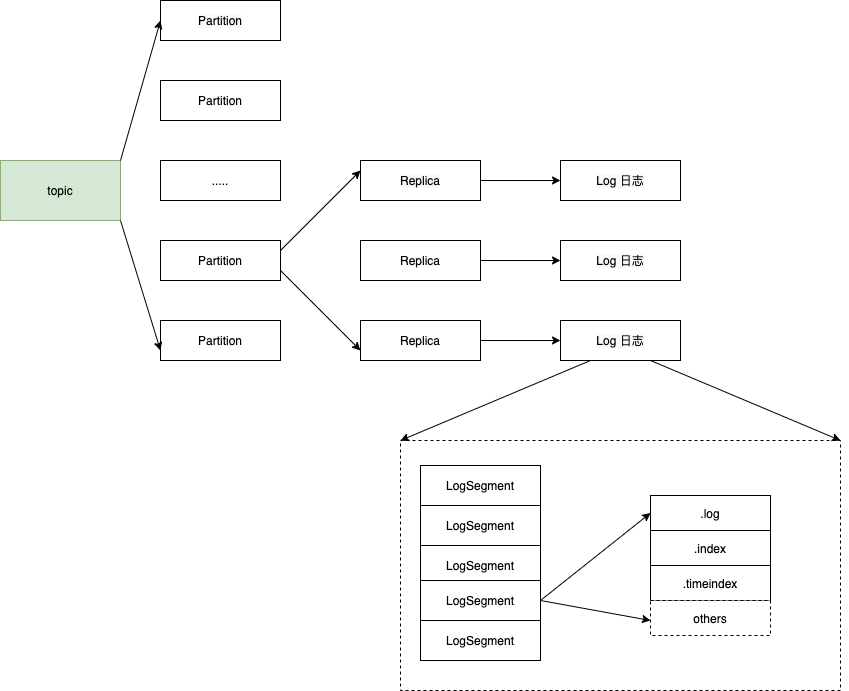
Above: kafka/log-relation.png in sivanbil/architecthure-diagram (draw.io), before the change. Source tidied: cells renumbered, new cells last; positions are measured from the earlier drawing's top-left corner, leaving out a move shared by most shapes.
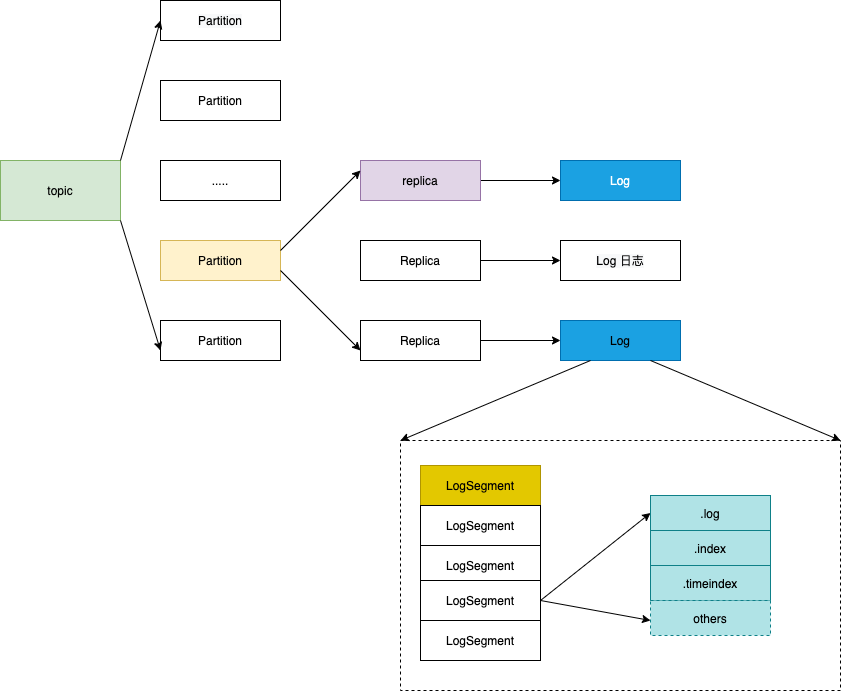
The same file after the commit.

Diff of the diagram source:
```diff
@@ -14,7 +14,7 @@
     <mxCell id="5" value="....." style="rounded=0;whiteSpace=wrap;html=1;" parent="1" vertex="1">
       <mxGeometry x="160" y="160" width="120" height="40" as="geometry" />
     </mxCell>
-    <mxCell id="6" value="Partition" style="rounded=0;whiteSpace=wrap;html=1;" parent="1" vertex="1">
+    <mxCell id="6" value="Partition" style="rounded=0;whiteSpace=wrap;html=1;fillColor=#fff2cc;strokeColor=#d6b656;" parent="1" vertex="1">
       <mxGeometry x="160" y="240" width="120" height="40" as="geometry" />
     </mxCell>
     <mxCell id="7" value="Partition" style="rounded=0;whiteSpace=wrap;html=1;" parent="1" vertex="1">
@@ -23,7 +23,7 @@
     <mxCell id="8" style="edgeStyle=orthogonalEdgeStyle;rounded=0;jettySize=auto;html=1;exitX=1;exitY=0.5;exitDx=0;exitDy=0;entryX=0;entryY=0.5;entryDx=0;entryDy=0;" parent="1" edge="1" source="9" target="14">
       <mxGeometry relative="1" as="geometry" />
     </mxCell>
-    <mxCell id="9" value="&lt;span style=&quot;color: rgb(0 , 0 , 0) ; font-family: &amp;#34;helvetica&amp;#34; ; font-size: 12px ; font-style: normal ; font-weight: 400 ; letter-spacing: normal ; text-align: center ; text-indent: 0px ; text-transform: none ; word-spacing: 0px ; background-color: rgb(248 , 249 , 250) ; display: inline ; float: none&quot;&gt;Replica&lt;/span&gt;" style="rounded=0;whiteSpace=wrap;html=1;" parent="1" vertex="1">
+    <mxCell id="9" value="replica" style="rounded=0;whiteSpace=wrap;html=1;fillColor=#e1d5e7;strokeColor=#9673a6;" parent="1" vertex="1">
       <mxGeometry x="360" y="160" width="120" height="40" as="geometry" />
     </mxCell>
     <mxCell id="10" style="edgeStyle=orthogonalEdgeStyle;rounded=0;jettySize=auto;html=1;exitX=1;exitY=0.5;exitDx=0;exitDy=0;" parent="1" edge="1" source="11" target="15">
@@ -38,19 +38,19 @@
     <mxCell id="13" value="&lt;font face=&quot;helvetica&quot;&gt;Replica&lt;/font&gt;" style="rounded=0;whiteSpace=wrap;html=1;" parent="1" vertex="1">
       <mxGeometry x="360" y="320" width="120" height="40" as="geometry" />
     </mxCell>
-    <mxCell id="14" value="&lt;span style=&quot;color: rgb(0 , 0 , 0) ; font-family: &amp;#34;helvetica&amp;#34; ; font-size: 12px ; font-style: normal ; font-weight: 400 ; letter-spacing: normal ; text-align: center ; text-indent: 0px ; text-transform: none ; word-spacing: 0px ; background-color: rgb(248 , 249 , 250) ; display: inline ; float: none&quot;&gt;Log 日志&lt;/span&gt;" style="rounded=0;whiteSpace=wrap;html=1;" parent="1" vertex="1">
+    <mxCell id="14" value="&lt;font face=&quot;helvetica&quot;&gt;Log&lt;/font&gt;" style="rounded=0;whiteSpace=wrap;html=1;fillColor=#1ba1e2;strokeColor=#006EAF;fontColor=#ffffff;" parent="1" vertex="1">
       <mxGeometry x="560" y="160" width="120" height="40" as="geometry" />
     </mxCell>
     <mxCell id="15" value="&lt;span style=&quot;color: rgb(0 , 0 , 0) ; font-family: &amp;#34;helvetica&amp;#34; ; font-size: 12px ; font-style: normal ; font-weight: 400 ; letter-spacing: normal ; text-align: center ; text-indent: 0px ; text-transform: none ; word-spacing: 0px ; background-color: rgb(248 , 249 , 250) ; display: inline ; float: none&quot;&gt;Log 日志&lt;/span&gt;" style="rounded=0;whiteSpace=wrap;html=1;" parent="1" vertex="1">
       <mxGeometry x="560" y="240" width="120" height="40" as="geometry" />
     </mxCell>
-    <mxCell id="16" value="&lt;span style=&quot;color: rgb(0 , 0 , 0) ; font-family: &amp;#34;helvetica&amp;#34; ; font-size: 12px ; font-style: normal ; font-weight: 400 ; letter-spacing: normal ; text-align: center ; text-indent: 0px ; text-transform: none ; word-spacing: 0px ; background-color: rgb(248 , 249 , 250) ; display: inline ; float: none&quot;&gt;Log 日志&lt;/span&gt;" style="rounded=0;whiteSpace=wrap;html=1;" parent="1" vertex="1">
+    <mxCell id="16" value="&lt;font color=&quot;#000000&quot; face=&quot;helvetica&quot;&gt;Log&lt;/font&gt;" style="rounded=0;whiteSpace=wrap;html=1;fillColor=#1ba1e2;strokeColor=#006EAF;fontColor=#ffffff;" parent="1" vertex="1">
       <mxGeometry x="560" y="320" width="120" height="40" as="geometry" />
     </mxCell>
     <mxCell id="17" style="rounded=0;whiteSpace=wrap;html=1;dashed=1;" parent="1" vertex="1">
       <mxGeometry x="400" y="440" width="440" height="250" as="geometry" />
     </mxCell>
-    <mxCell id="18" value="&lt;font face=&quot;helvetica&quot;&gt;LogSegment&lt;/font&gt;" style="rounded=0;whiteSpace=wrap;html=1;" parent="1" vertex="1">
+    <mxCell id="18" value="&lt;font face=&quot;helvetica&quot;&gt;LogSegment&lt;/font&gt;" style="rounded=0;whiteSpace=wrap;html=1;fillColor=#e3c800;strokeColor=#B09500;fontColor=#000000;" parent="1" vertex="1">
       <mxGeometry x="420" y="465" width="120" height="40" as="geometry" />
     </mxCell>
     <mxCell id="19" value="&lt;font face=&quot;helvetica&quot;&gt;LogSegment&lt;/font&gt;" style="rounded=0;whiteSpace=wrap;html=1;" parent="1" vertex="1">
@@ -65,16 +65,16 @@
     <mxCell id="22" value="&lt;font face=&quot;helvetica&quot;&gt;LogSegment&lt;/font&gt;" style="rounded=0;whiteSpace=wrap;html=1;" parent="1" vertex="1">
       <mxGeometry x="420" y="620" width="120" height="40" as="geometry" />
     </mxCell>
-    <mxCell id="23" value=".log" style="rounded=0;whiteSpace=wrap;html=1;" parent="1" vertex="1">
+    <mxCell id="23" value=".log" style="rounded=0;whiteSpace=wrap;html=1;fillColor=#b0e3e6;strokeColor=#0e8088;" parent="1" vertex="1">
       <mxGeometry x="650" y="495" width="120" height="35" as="geometry" />
     </mxCell>
-    <mxCell id="24" value=".index" style="rounded=0;whiteSpace=wrap;html=1;" parent="1" vertex="1">
+    <mxCell id="24" value=".index" style="rounded=0;whiteSpace=wrap;html=1;fillColor=#b0e3e6;strokeColor=#0e8088;" parent="1" vertex="1">
       <mxGeometry x="650" y="530" width="120" height="35" as="geometry" />
     </mxCell>
-    <mxCell id="25" value=".timeindex" style="rounded=0;whiteSpace=wrap;html=1;" parent="1" vertex="1">
+    <mxCell id="25" value=".timeindex" style="rounded=0;whiteSpace=wrap;html=1;fillColor=#b0e3e6;strokeColor=#0e8088;" parent="1" vertex="1">
       <mxGeometry x="650" y="565" width="120" height="35" as="geometry" />
     </mxCell>
-    <mxCell id="26" value="others" style="rounded=0;whiteSpace=wrap;html=1;dashed=1;" parent="1" vertex="1">
+    <mxCell id="26" value="others" style="rounded=0;whiteSpace=wrap;html=1;dashed=1;fillColor=#b0e3e6;strokeColor=#0e8088;" parent="1" vertex="1">
       <mxGeometry x="650" y="600" width="120" height="35" as="geometry" />
     </mxCell>
     <mxCell id="27" style="endArrow=classic;html=1;exitX=1;exitY=0.5;exitDx=0;exitDy=0;entryX=0;entryY=0.5;entryDx=0;entryDy=0;" parent="1" edge="1" source="21" target="23">
```
